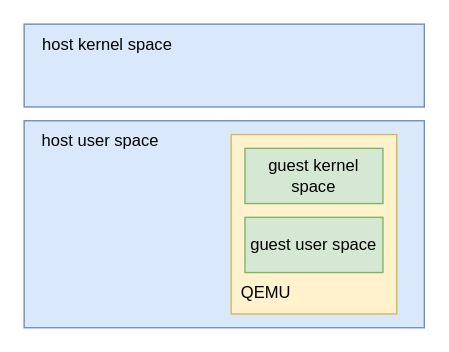
justxuewei/draw.io keeps this draw.io diagram as what-is-dpdk.drawio. Above is the earlier version. Source tidied: cells renumbered, new cells numbered last; positions are measured from the earlier drawing's top-left corner, leaving out a move shared by most shapes. Both pictures are drawn from the tidied source at 138%, with x=0, y=0 at pixel (23, 23).
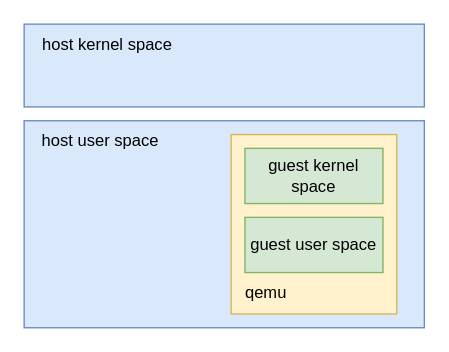
The same diagram, later.

Diff of the diagram source:
```diff
@@
 <mxGraphModel>
   <root>
     <mxCell id="0" />
     <mxCell id="1" parent="0" />
     <mxCell id="2" style="rounded=0;whiteSpace=wrap;html=1;fillColor=#dae8fc;strokeColor=#6c8ebf;" parent="1" vertex="1">
       <mxGeometry width="290" height="60" as="geometry" />
     </mxCell>
     <mxCell id="3" style="rounded=0;whiteSpace=wrap;html=1;fillColor=#dae8fc;strokeColor=#6c8ebf;" parent="1" vertex="1">
       <mxGeometry y="70" width="290" height="150" as="geometry" />
     </mxCell>
     <mxCell id="4" value="host kernel space" style="text;html=1;align=center;verticalAlign=middle;strokeColor=none;fillColor=none;" parent="1" vertex="1">
       <mxGeometry width="120" height="30" as="geometry" />
     </mxCell>
     <mxCell id="5" value="host user space" style="text;html=1;align=center;verticalAlign=middle;strokeColor=none;fillColor=none;" parent="1" vertex="1">
       <mxGeometry y="70" width="110" height="30" as="geometry" />
     </mxCell>
     <mxCell id="6" style="rounded=0;whiteSpace=wrap;html=1;fillColor=#fff2cc;strokeColor=#d6b656;" parent="1" vertex="1">
       <mxGeometry x="150" y="80" width="120" height="130" as="geometry" />
     </mxCell>
-    <mxCell id="7" value="QEMU" style="text;html=1;align=center;verticalAlign=middle;strokeColor=none;fillColor=none;" parent="1" vertex="1">
-      <mxGeometry x="145" y="180" width="60" height="30" as="geometry" />
+    <mxCell id="7" value="qemu" style="text;html=1;align=center;verticalAlign=middle;strokeColor=none;fillColor=none;" parent="1" vertex="1">
+      <mxGeometry x="150" y="180" width="50" height="30" as="geometry" />
     </mxCell>
     <mxCell id="8" value="guest kernel space" style="rounded=0;whiteSpace=wrap;html=1;fillColor=#d5e8d4;strokeColor=#82b366;" parent="1" vertex="1">
       <mxGeometry x="160" y="90" width="100" height="40" as="geometry" />
     </mxCell>
     <mxCell id="9" value="guest user space" style="rounded=0;whiteSpace=wrap;html=1;fillColor=#d5e8d4;strokeColor=#82b366;" parent="1" vertex="1">
       <mxGeometry x="160" y="140" width="100" height="40" as="geometry" />
     </mxCell>
   </root>
 </mxGraphModel>
```
